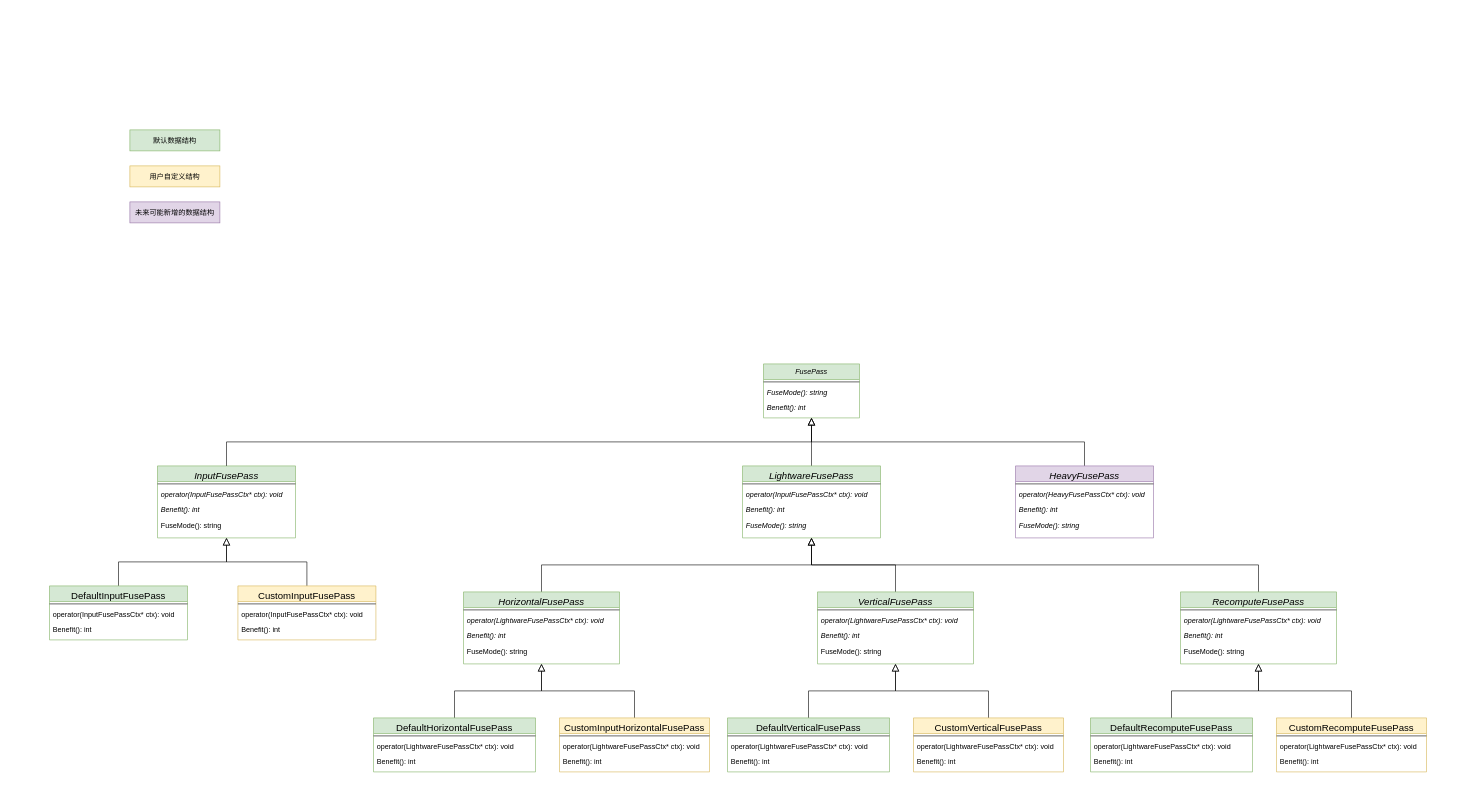
Above: PassUML.drawio in jiahy0825/draw.io (draw.io), before the change. Source tidied: cells renumbered, new cells numbered last; positions are measured from the earlier drawing's top-left corner, leaving out a move shared by most shapes. Both pictures are drawn from the tidied source at 60%, with x=0, y=0 at pixel (49, 130).
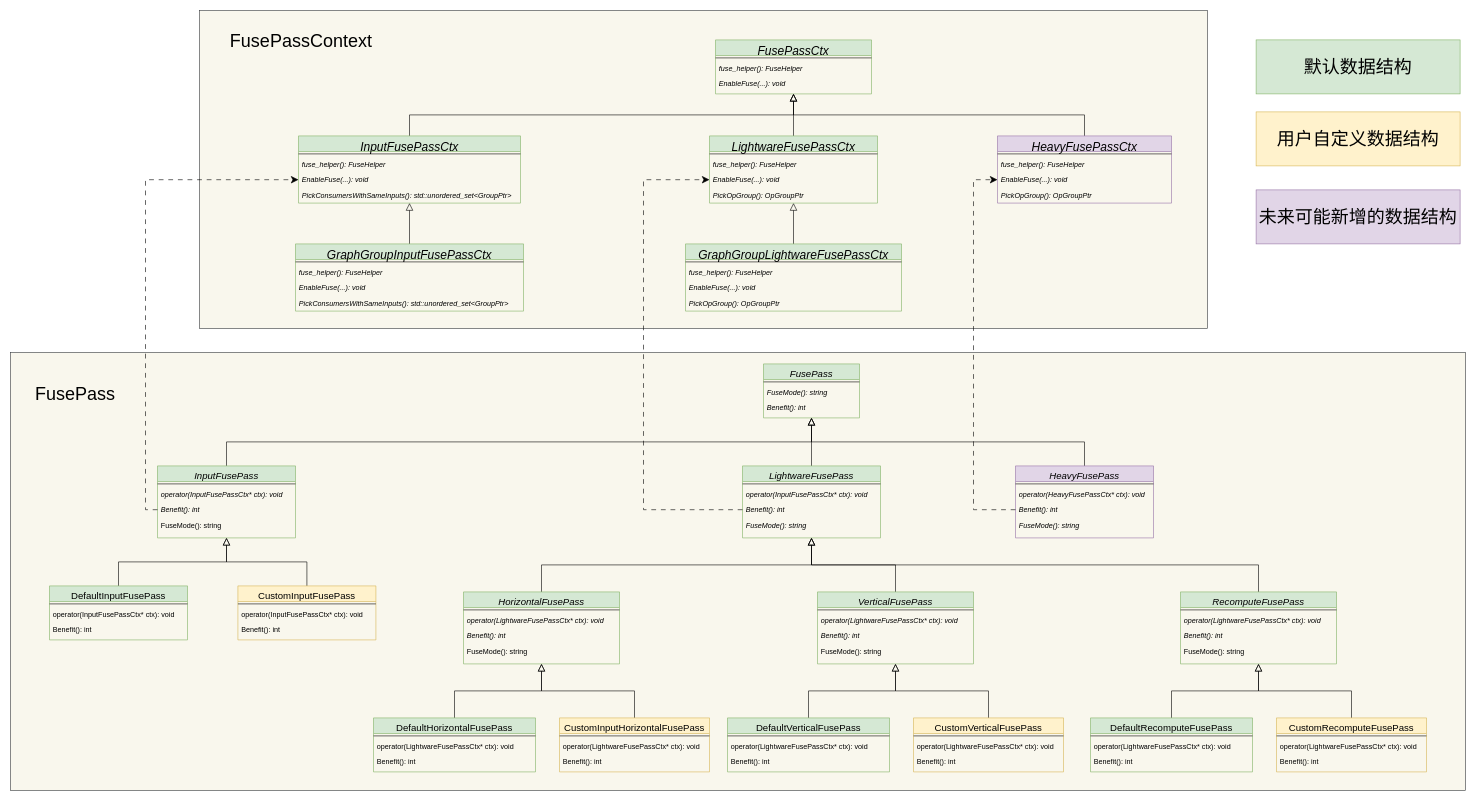
After the change.

The change refers to these unchanged cells:
```xml
<mxCell id="6" value="InputFusePass" style="swimlane;fontStyle=2;align=center;verticalAlign=top;horizontal=1;startSize=26;rounded=0;shadow=0;strokeWidth=1;fillColor=#d5e8d4;strokeColor=#82b366;fontSize=16;" parent="1" vertex="1">
  <mxGeometry x="180" y="560" width="230" height="120" as="geometry" />
</mxCell>
<mxCell id="9" value="Benefit(): int" style="text;align=left;verticalAlign=top;spacingLeft=4;spacingRight=4;overflow=hidden;points=[[0,0.5],[1,0.5]];portConstraint=eastwest;fontStyle=2;" parent="6" vertex="1">
  <mxGeometry y="60" width="230" height="26" as="geometry" />
</mxCell>
<mxCell id="26" value="Benefit(): int" style="text;align=left;verticalAlign=top;spacingLeft=4;spacingRight=4;overflow=hidden;points=[[0,0.5],[1,0.5]];portConstraint=eastwest;fontStyle=2;" parent="23" vertex="1">
  <mxGeometry y="60" width="230" height="26" as="geometry" />
</mxCell>
<mxCell id="32" value="Benefit(): int" style="text;align=left;verticalAlign=top;spacingLeft=4;spacingRight=4;overflow=hidden;points=[[0,0.5],[1,0.5]];portConstraint=eastwest;fontStyle=2;" parent="29" vertex="1">
  <mxGeometry y="60" width="230" height="26" as="geometry" />
</mxCell>
```

What changed in the source:
```diff
@@
+    <mxCell id="85" style="rounded=0;whiteSpace=wrap;html=1;fillColor=#f9f7ed;strokeColor=#36393d;" parent="1" vertex="1">
+      <mxGeometry x="-65" y="371" width="2425" height="730" as="geometry" />
+    </mxCell>
+    <mxCell id="86" style="rounded=0;whiteSpace=wrap;html=1;fillColor=#f9f7ed;strokeColor=#36393d;" parent="1" vertex="1">
+      <mxGeometry x="250" y="-199" width="1680" height="530" as="geometry" />
+    </mxCell>
-    <mxCell id="2" value="FusePass" style="swimlane;fontStyle=2;align=center;verticalAlign=top;horizontal=1;startSize=26;rounded=0;shadow=0;strokeWidth=1;fillColor=#d5e8d4;strokeColor=#82b366;" parent="1" vertex="1">
+    <mxCell id="2" value="FusePass" style="swimlane;fontStyle=2;align=center;verticalAlign=top;horizontal=1;startSize=26;rounded=0;shadow=0;strokeWidth=1;fillColor=#d5e8d4;strokeColor=#82b366;fontSize=16;" parent="1" vertex="1">
       <mxGeometry x="1190" y="390" width="160" height="90" as="geometry" />
     </mxCell>
@@
+    <mxCell id="11" style="edgeStyle=orthogonalEdgeStyle;rounded=0;jettySize=auto;html=1;exitX=0.5;exitY=0;exitDx=0;exitDy=0;endArrow=block;endFill=0;endSize=10;" parent="1" edge="1" source="6" target="2">
+      <mxGeometry relative="1" as="geometry" />
+    </mxCell>
@@
-    <mxCell id="11" style="endArrow=block;endSize=10;endFill=0;shadow=0;strokeWidth=1;rounded=0;edgeStyle=elbowEdgeStyle;elbow=vertical;" parent="1" edge="1" source="6" target="2">
-      <mxGeometry relative="1" as="geometry" />
-    </mxCell>
@@
-    <mxCell id="34" value="默认数据结构" style="rounded=0;whiteSpace=wrap;html=1;fillColor=#d5e8d4;strokeColor=#82b366;" parent="1" vertex="1">
-      <mxGeometry x="134" width="150" height="35" as="geometry" />
+    <mxCell id="34" value="&lt;font style=&quot;font-size: 30px;&quot;&gt;默认数据结构&lt;/font&gt;" style="rounded=0;whiteSpace=wrap;html=1;fillColor=#d5e8d4;strokeColor=#82b366;fontSize=20;" parent="1" vertex="1">
+      <mxGeometry x="2011" y="-150" width="340" height="90" as="geometry" />
     </mxCell>
-    <mxCell id="35" value="用户自定义结构" style="rounded=0;whiteSpace=wrap;html=1;fillColor=#fff2cc;strokeColor=#d6b656;" parent="1" vertex="1">
-      <mxGeometry x="134" y="60" width="150" height="35" as="geometry" />
+    <mxCell id="35" value="&lt;font style=&quot;font-size: 30px;&quot;&gt;用户自定义数据结构&lt;/font&gt;" style="rounded=0;whiteSpace=wrap;html=1;fillColor=#fff2cc;strokeColor=#d6b656;fontSize=20;" parent="1" vertex="1">
+      <mxGeometry x="2011" y="-30" width="340" height="90" as="geometry" />
     </mxCell>
-    <mxCell id="36" value="未来可能新增的数据结构" style="rounded=0;whiteSpace=wrap;html=1;fillColor=#e1d5e7;strokeColor=#9673a6;" parent="1" vertex="1">
-      <mxGeometry x="134" y="120" width="150" height="35" as="geometry" />
+    <mxCell id="36" value="&lt;font style=&quot;font-size: 30px;&quot;&gt;未来可能新增的数据结构&lt;/font&gt;" style="rounded=0;whiteSpace=wrap;html=1;fillColor=#e1d5e7;strokeColor=#9673a6;fontSize=20;" parent="1" vertex="1">
+      <mxGeometry x="2011" y="100" width="340" height="90" as="geometry" />
     </mxCell>
@@
+    <mxCell id="87" value="FusePassCtx" style="swimlane;fontStyle=2;align=center;verticalAlign=top;horizontal=1;startSize=26;rounded=0;shadow=0;strokeWidth=1;fillColor=#d5e8d4;strokeColor=#82b366;fontSize=20;" parent="1" vertex="1">
+      <mxGeometry x="1110" y="-150" width="260" height="90" as="geometry" />
+    </mxCell>
+    <mxCell id="88" style="line;html=1;strokeWidth=1;align=left;verticalAlign=middle;spacingTop=-1;spacingLeft=3;spacingRight=3;labelPosition=right;" parent="87" vertex="1">
+      <mxGeometry y="26" width="260" height="8" as="geometry" />
+    </mxCell>
+    <mxCell id="89" value="fuse_helper(): FuseHelper" style="text;align=left;verticalAlign=top;spacingLeft=4;spacingRight=4;overflow=hidden;fontStyle=2;" parent="87" vertex="1">
+      <mxGeometry y="34" width="260" height="26" as="geometry" />
+    </mxCell>
+    <mxCell id="90" value="EnableFuse(...): void" style="text;align=left;verticalAlign=top;spacingLeft=4;spacingRight=4;overflow=hidden;fontStyle=2;" parent="87" vertex="1">
+      <mxGeometry y="60" width="260" height="26" as="geometry" />
+    </mxCell>
+    <mxCell id="91" style="edgeStyle=orthogonalEdgeStyle;rounded=0;jettySize=auto;html=1;exitX=0.5;exitY=0;exitDx=0;exitDy=0;entryX=0.5;entryY=1;entryDx=0;entryDy=0;endSize=10;endArrow=block;endFill=0;" parent="1" edge="1" source="92" target="87">
+      <mxGeometry relative="1" as="geometry" />
+    </mxCell>
+    <mxCell id="92" value="LightwareFusePassCtx" style="swimlane;fontStyle=2;align=center;verticalAlign=top;horizontal=1;startSize=26;rounded=0;shadow=0;strokeWidth=1;fillColor=#d5e8d4;strokeColor=#82b366;fontSize=20;" parent="1" vertex="1">
+      <mxGeometry x="1100" y="10" width="280" height="112" as="geometry" />
+    </mxCell>
+    <mxCell id="93" style="line;html=1;strokeWidth=1;align=left;verticalAlign=middle;spacingTop=-1;spacingLeft=3;spacingRight=3;labelPosition=right;" parent="92" vertex="1">
+      <mxGeometry y="26" width="280" height="8" as="geometry" />
+    </mxCell>
+    <mxCell id="94" value="fuse_helper(): FuseHelper" style="text;align=left;verticalAlign=top;spacingLeft=4;spacingRight=4;overflow=hidden;fontStyle=2;" parent="92" vertex="1">
+      <mxGeometry y="34" width="280" height="26" as="geometry" />
+    </mxCell>
+    <mxCell id="95" value="EnableFuse(...): void" style="text;align=left;verticalAlign=top;spacingLeft=4;spacingRight=4;overflow=hidden;points=[[0,0.5],[1,0.5]];portConstraint=eastwest;fontStyle=2;" parent="92" vertex="1">
+      <mxGeometry y="60" width="280" height="26" as="geometry" />
+    </mxCell>
+    <mxCell id="96" value="PickOpGroup(): OpGroupPtr" style="text;align=left;verticalAlign=top;spacingLeft=4;spacingRight=4;overflow=hidden;fontStyle=2;" parent="92" vertex="1">
+      <mxGeometry y="86" width="280" height="26" as="geometry" />
+    </mxCell>
+    <mxCell id="97" style="edgeStyle=orthogonalEdgeStyle;rounded=0;jettySize=auto;html=1;exitX=0.5;exitY=0;exitDx=0;exitDy=0;endArrow=block;endFill=0;endSize=10;" parent="1" edge="1" source="98" target="92">
+      <mxGeometry relative="1" as="geometry" />
+    </mxCell>
+    <mxCell id="98" value="GraphGroupLightwareFusePassCtx" style="swimlane;fontStyle=2;align=center;verticalAlign=top;horizontal=1;startSize=26;rounded=0;shadow=0;strokeWidth=1;fillColor=#d5e8d4;strokeColor=#82b366;fontSize=20;" parent="1" vertex="1">
+      <mxGeometry x="1060" y="190" width="360" height="112" as="geometry" />
+    </mxCell>
+    <mxCell id="99" style="line;html=1;strokeWidth=1;align=left;verticalAlign=middle;spacingTop=-1;spacingLeft=3;spacingRight=3;labelPosition=right;" parent="98" vertex="1">
+      <mxGeometry y="26" width="360" height="8" as="geometry" />
+    </mxCell>
+    <mxCell id="100" value="fuse_helper(): FuseHelper" style="text;align=left;verticalAlign=top;spacingLeft=4;spacingRight=4;overflow=hidden;fontStyle=2;" parent="98" vertex="1">
+      <mxGeometry y="34" width="360" height="26" as="geometry" />
+    </mxCell>
+    <mxCell id="101" value="EnableFuse(...): void" style="text;align=left;verticalAlign=top;spacingLeft=4;spacingRight=4;overflow=hidden;fontStyle=2;" parent="98" vertex="1">
+      <mxGeometry y="60" width="360" height="26" as="geometry" />
+    </mxCell>
+    <mxCell id="102" value="PickOpGroup(): OpGroupPtr" style="text;align=left;verticalAlign=top;spacingLeft=4;spacingRight=4;overflow=hidden;fontStyle=2;" parent="98" vertex="1">
+      <mxGeometry y="86" width="360" height="26" as="geometry" />
+    </mxCell>
+    <mxCell id="103" style="edgeStyle=orthogonalEdgeStyle;rounded=0;jettySize=auto;html=1;exitX=0.5;exitY=0;exitDx=0;exitDy=0;entryX=0.5;entryY=1;entryDx=0;entryDy=0;endSize=10;endArrow=block;endFill=0;" parent="1" edge="1" source="104" target="87">
+      <mxGeometry relative="1" as="geometry" />
+    </mxCell>
+    <mxCell id="104" value="InputFusePassCtx" style="swimlane;fontStyle=2;align=center;verticalAlign=top;horizontal=1;startSize=26;rounded=0;shadow=0;strokeWidth=1;fillColor=#d5e8d4;strokeColor=#82b366;fontSize=20;" parent="1" vertex="1">
+      <mxGeometry x="415" y="10" width="370" height="112" as="geometry" />
+    </mxCell>
+    <mxCell id="105" style="line;html=1;strokeWidth=1;align=left;verticalAlign=middle;spacingTop=-1;spacingLeft=3;spacingRight=3;labelPosition=right;" parent="104" vertex="1">
+      <mxGeometry y="26" width="370" height="8" as="geometry" />
+    </mxCell>
+    <mxCell id="106" value="fuse_helper(): FuseHelper" style="text;align=left;verticalAlign=top;spacingLeft=4;spacingRight=4;overflow=hidden;fontStyle=2;" parent="104" vertex="1">
+      <mxGeometry y="34" width="370" height="26" as="geometry" />
+    </mxCell>
+    <mxCell id="107" value="EnableFuse(...): void" style="text;align=left;verticalAlign=top;spacingLeft=4;spacingRight=4;overflow=hidden;points=[[0,0.5],[1,0.5]];portConstraint=eastwest;fontStyle=2;" parent="104" vertex="1">
+      <mxGeometry y="60" width="370" height="26" as="geometry" />
+    </mxCell>
+    <mxCell id="108" value="PickConsumersWithSameInputs(): std::unordered_set&lt;GroupPtr&gt;" style="text;align=left;verticalAlign=top;spacingLeft=4;spacingRight=4;overflow=hidden;fontStyle=2;" parent="104" vertex="1">
+      <mxGeometry y="86" width="370" height="26" as="geometry" />
+    </mxCell>
+    <mxCell id="109" style="edgeStyle=orthogonalEdgeStyle;rounded=0;jettySize=auto;html=1;exitX=0.5;exitY=0;exitDx=0;exitDy=0;endSize=10;endArrow=block;endFill=0;" parent="1" edge="1" source="110" target="104">
+      <mxGeometry relative="1" as="geometry" />
+    </mxCell>
+    <mxCell id="110" value="GraphGroupInputFusePassCtx" style="swimlane;fontStyle=2;align=center;verticalAlign=top;horizontal=1;startSize=26;rounded=0;shadow=0;strokeWidth=1;fillColor=#d5e8d4;strokeColor=#82b366;fontSize=20;" parent="1" vertex="1">
+      <mxGeometry x="410" y="190" width="380" height="112" as="geometry" />
+    </mxCell>
+    <mxCell id="111" style="line;html=1;strokeWidth=1;align=left;verticalAlign=middle;spacingTop=-1;spacingLeft=3;spacingRight=3;labelPosition=right;" parent="110" vertex="1">
+      <mxGeometry y="26" width="380" height="8" as="geometry" />
+    </mxCell>
+    <mxCell id="112" value="fuse_helper(): FuseHelper" style="text;align=left;verticalAlign=top;spacingLeft=4;spacingRight=4;overflow=hidden;fontStyle=2;" parent="110" vertex="1">
+      <mxGeometry y="34" width="380" height="26" as="geometry" />
+    </mxCell>
+    <mxCell id="113" value="EnableFuse(...): void" style="text;align=left;verticalAlign=top;spacingLeft=4;spacingRight=4;overflow=hidden;fontStyle=2;" parent="110" vertex="1">
+      <mxGeometry y="60" width="380" height="26" as="geometry" />
+    </mxCell>
+    <mxCell id="114" value="PickConsumersWithSameInputs(): std::unordered_set&lt;GroupPtr&gt;" style="text;align=left;verticalAlign=top;spacingLeft=4;spacingRight=4;overflow=hidden;fontStyle=2;" parent="110" vertex="1">
+      <mxGeometry y="86" width="380" height="26" as="geometry" />
+    </mxCell>
+    <mxCell id="115" style="edgeStyle=orthogonalEdgeStyle;rounded=0;jettySize=auto;html=1;exitX=0.5;exitY=0;exitDx=0;exitDy=0;entryX=0.5;entryY=1;entryDx=0;entryDy=0;endSize=10;endArrow=block;endFill=0;" parent="1" edge="1" source="116" target="87">
+      <mxGeometry relative="1" as="geometry" />
+    </mxCell>
+    <mxCell id="116" value="HeavyFusePassCtx" style="swimlane;fontStyle=2;align=center;verticalAlign=top;horizontal=1;startSize=26;rounded=0;shadow=0;strokeWidth=1;fillColor=#e1d5e7;strokeColor=#9673a6;fontSize=20;" parent="1" vertex="1">
+      <mxGeometry x="1580" y="10" width="290" height="112" as="geometry" />
+    </mxCell>
+    <mxCell id="117" style="line;html=1;strokeWidth=1;align=left;verticalAlign=middle;spacingTop=-1;spacingLeft=3;spacingRight=3;labelPosition=right;" parent="116" vertex="1">
+      <mxGeometry y="26" width="290" height="8" as="geometry" />
+    </mxCell>
+    <mxCell id="118" value="fuse_helper(): FuseHelper" style="text;align=left;verticalAlign=top;spacingLeft=4;spacingRight=4;overflow=hidden;fontStyle=2;" parent="116" vertex="1">
+      <mxGeometry y="34" width="290" height="26" as="geometry" />
+    </mxCell>
+    <mxCell id="119" value="EnableFuse(...): void" style="text;align=left;verticalAlign=top;spacingLeft=4;spacingRight=4;overflow=hidden;points=[[0,0.5],[1,0.5]];portConstraint=eastwest;fontStyle=2;" parent="116" vertex="1">
+      <mxGeometry y="60" width="290" height="26" as="geometry" />
+    </mxCell>
+    <mxCell id="120" value="PickOpGroup(): OpGroupPtr" style="text;align=left;verticalAlign=top;spacingLeft=4;spacingRight=4;overflow=hidden;fontStyle=2;" parent="116" vertex="1">
+      <mxGeometry y="86" width="290" height="26" as="geometry" />
+    </mxCell>
+    <mxCell id="121" style="edgeStyle=orthogonalEdgeStyle;rounded=0;jettySize=auto;html=1;exitX=0;exitY=0.5;exitDx=0;exitDy=0;entryX=0;entryY=0.5;entryDx=0;entryDy=0;dashed=1;dashPattern=8 8;endSize=10;" parent="1" edge="1" source="9" target="107">
+      <mxGeometry relative="1" as="geometry" />
+    </mxCell>
+    <mxCell id="122" style="edgeStyle=orthogonalEdgeStyle;rounded=0;jettySize=auto;html=1;exitX=0;exitY=0.5;exitDx=0;exitDy=0;entryX=0;entryY=0.5;entryDx=0;entryDy=0;dashed=1;dashPattern=8 8;endSize=10;" parent="1" edge="1" source="26" target="95">
+      <mxGeometry relative="1" as="geometry">
+        <Array as="points">
+          <mxPoint x="990" y="633" />
+          <mxPoint x="990" y="83" />
+        </Array>
+      </mxGeometry>
+    </mxCell>
+    <mxCell id="123" style="edgeStyle=orthogonalEdgeStyle;rounded=0;jettySize=auto;html=1;exitX=0;exitY=0.5;exitDx=0;exitDy=0;entryX=0;entryY=0.5;entryDx=0;entryDy=0;endSize=10;dashed=1;dashPattern=8 8;" parent="1" edge="1" source="32" target="119">
+      <mxGeometry relative="1" as="geometry">
+        <Array as="points">
+          <mxPoint x="1540" y="633" />
+          <mxPoint x="1540" y="83" />
+        </Array>
+      </mxGeometry>
+    </mxCell>
+    <mxCell id="124" value="&lt;font style=&quot;font-size: 30px;&quot;&gt;FusePassContext&lt;/font&gt;" style="text;html=1;strokeColor=none;fillColor=none;align=center;verticalAlign=middle;whiteSpace=wrap;rounded=0;" parent="1" vertex="1">
+      <mxGeometry x="263.5" y="-181" width="311" height="65" as="geometry" />
+    </mxCell>
+    <mxCell id="125" value="&lt;font style=&quot;font-size: 30px;&quot;&gt;FusePass&lt;/font&gt;" style="text;html=1;strokeColor=none;fillColor=none;align=center;verticalAlign=middle;whiteSpace=wrap;rounded=0;" parent="1" vertex="1">
+      <mxGeometry x="-52" y="407" width="190" height="65" as="geometry" />
+    </mxCell>
```
